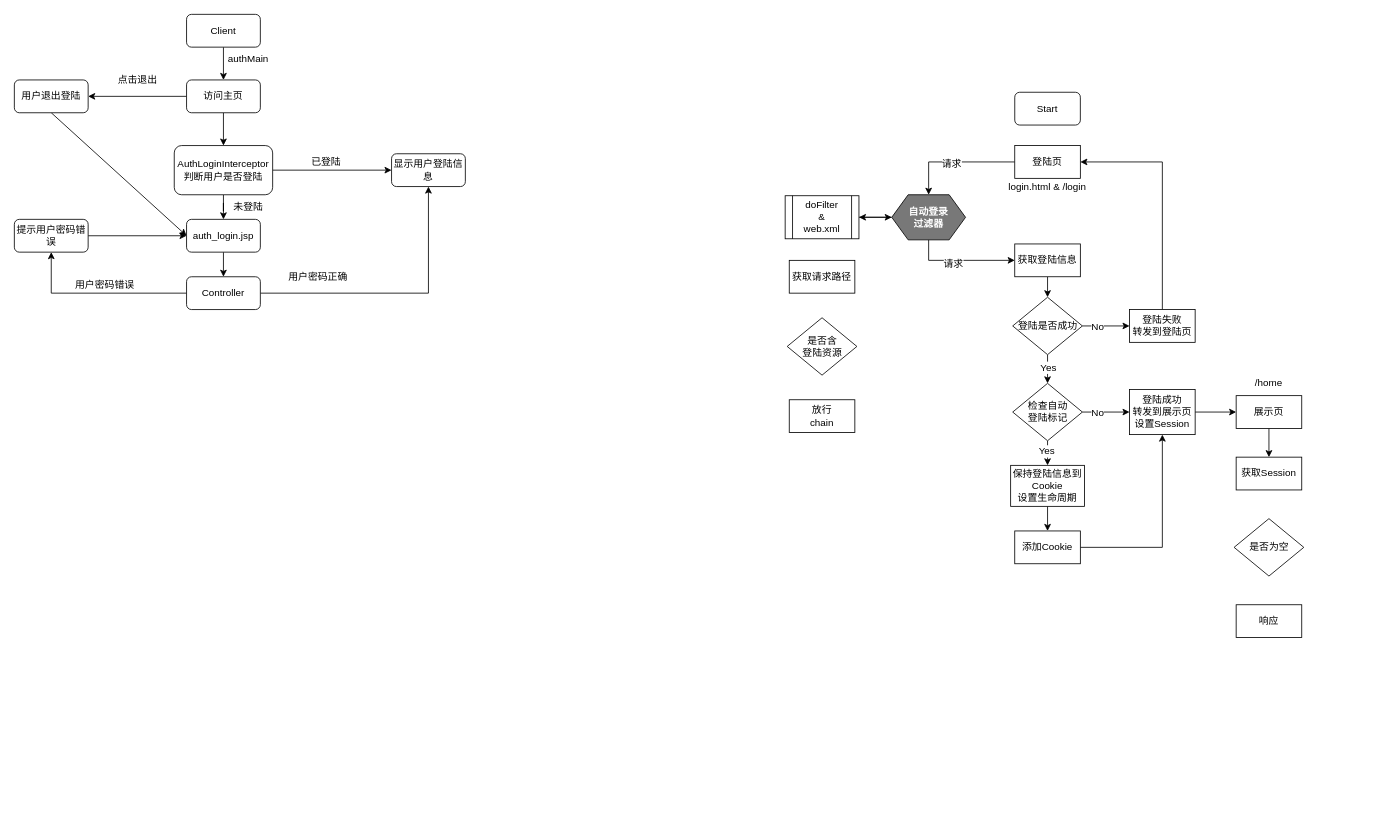
This is share/Spring MVC拦截器案例：用户登录权限验证.drawio from mythwind/BigData, a draw.io file, before an edit. Source tidied: cells renumbered, new cells numbered last; positions are measured from the earlier drawing's top-left corner, leaving out a move shared by most shapes. Both pictures are drawn from the tidied source at 82%, with x=0, y=0 at pixel (14, 14).
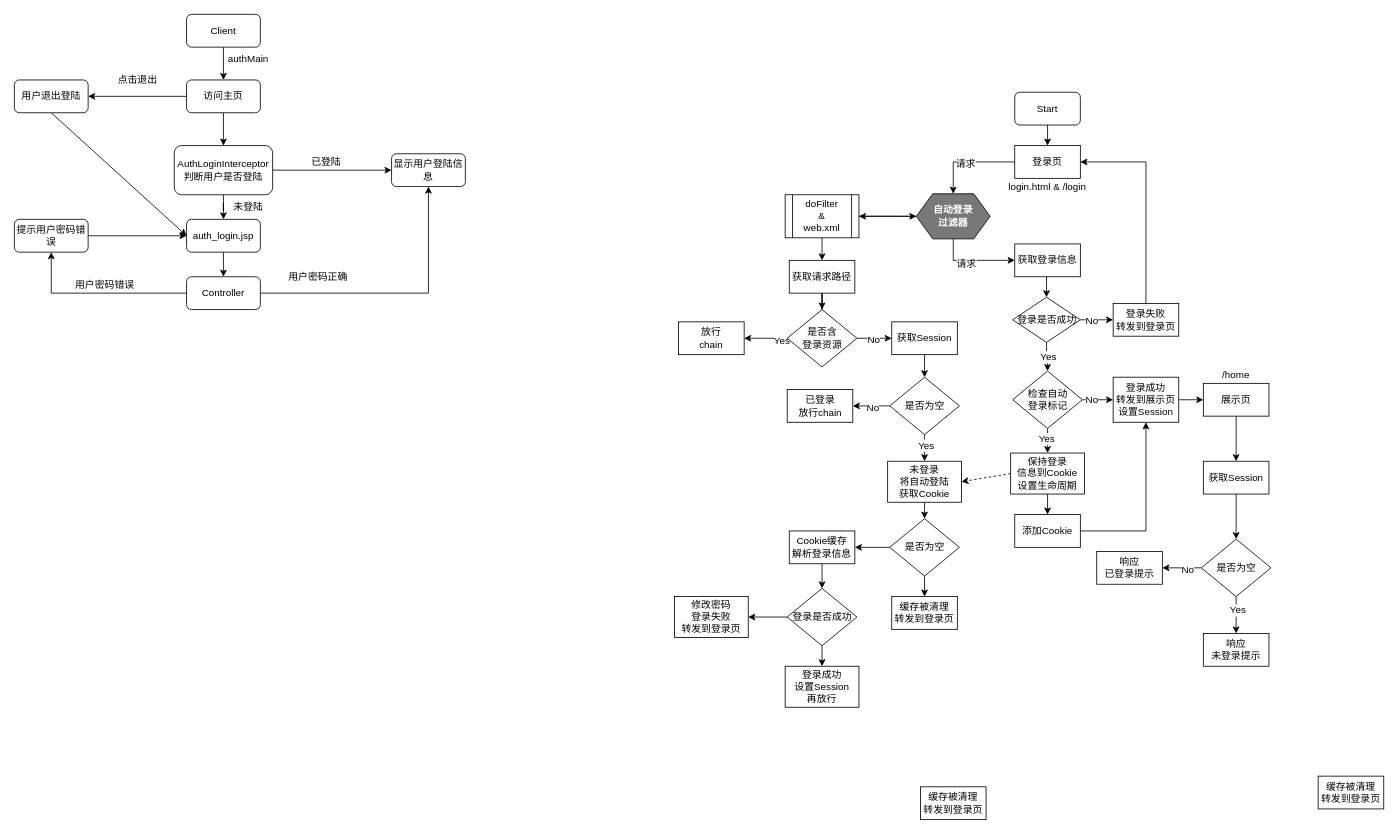
Above is the later version.

Commit message:
更新Spring MVC拦截器案例：用户登录权限验证.drawio

The change refers to these unchanged cells:
```xml
<mxCell id="26" value="Start" style="rounded=1;whiteSpace=wrap;html=1;strokeColor=default;fontFamily=Helvetica;fontSize=12;fontColor=default;startSize=30;fillColor=default;" parent="1" vertex="1">
  <mxGeometry x="1220" y="95" width="80" height="40" as="geometry" />
</mxCell>
<mxCell id="39" value="获取请求路径" style="rounded=0;whiteSpace=wrap;html=1;strokeColor=default;fontFamily=Helvetica;fontSize=12;fontColor=default;startSize=30;fillColor=default;" parent="1" vertex="1">
  <mxGeometry x="945" y="300" width="80" height="40" as="geometry" />
</mxCell>
```

Change to the diagram source:
```diff
@@
-<mxGraphModel>
+<mxGraphModel background="#ffffff">
@@
+    <mxCell id="66" style="edgeStyle=orthogonalEdgeStyle;rounded=0;jettySize=auto;html=1;exitX=0.5;exitY=1;exitDx=0;exitDy=0;entryX=0.5;entryY=0;entryDx=0;entryDy=0;fontFamily=Helvetica;fontSize=12;fontColor=default;startSize=30;" parent="1" edge="1" source="26" target="29">
+      <mxGeometry relative="1" as="geometry" />
+    </mxCell>
@@
-    <mxCell id="29" value="登陆页" style="rounded=0;whiteSpace=wrap;html=1;strokeColor=default;fontFamily=Helvetica;fontSize=12;fontColor=default;startSize=30;fillColor=default;" parent="1" vertex="1">
+    <mxCell id="29" value="登录页" style="rounded=0;whiteSpace=wrap;html=1;strokeColor=default;fontFamily=Helvetica;fontSize=12;fontColor=default;startSize=30;fillColor=default;" parent="1" vertex="1">
       <mxGeometry x="1220" y="160" width="80" height="40" as="geometry" />
     </mxCell>
@@
     <mxCell id="34" value="&lt;b&gt;&lt;font color=&quot;#ffffff&quot;&gt;自动登录&lt;br&gt;过滤器&lt;/font&gt;&lt;/b&gt;" style="shape=hexagon;perimeter=hexagonPerimeter2;whiteSpace=wrap;html=1;fixedSize=1;strokeColor=default;fontFamily=Helvetica;fontSize=12;fontColor=default;startSize=30;fillColor=#787878;" parent="1" vertex="1">
-      <mxGeometry x="1070" y="220" width="90" height="55" as="geometry" />
+      <mxGeometry x="1100" y="218.8" width="90" height="55" as="geometry" />
     </mxCell>
@@
-    <mxCell id="36" value="获取登陆信息" style="rounded=0;whiteSpace=wrap;html=1;strokeColor=default;fontFamily=Helvetica;fontSize=12;fontColor=default;startSize=30;fillColor=default;" parent="1" vertex="1">
+    <mxCell id="36" value="获取登录信息" style="rounded=0;whiteSpace=wrap;html=1;strokeColor=default;fontFamily=Helvetica;fontSize=12;fontColor=default;startSize=30;fillColor=default;" parent="1" vertex="1">
       <mxGeometry x="1220" y="280" width="80" height="40" as="geometry" />
     </mxCell>
@@
+    <mxCell id="67" style="edgeStyle=orthogonalEdgeStyle;rounded=0;jettySize=auto;html=1;exitX=0.5;exitY=1;exitDx=0;exitDy=0;entryX=0.5;entryY=0;entryDx=0;entryDy=0;fontFamily=Helvetica;fontSize=12;fontColor=default;startSize=30;" parent="1" edge="1" source="38" target="39">
+      <mxGeometry relative="1" as="geometry" />
+    </mxCell>
     <mxCell id="38" value="doFilter&lt;br&gt;&amp;amp;&lt;br&gt;web.xml" style="shape=process;whiteSpace=wrap;html=1;backgroundOutline=1;strokeColor=default;fontFamily=Helvetica;fontSize=12;fontColor=default;startSize=30;fillColor=default;" parent="1" vertex="1">
-      <mxGeometry x="940" y="221.2" width="90" height="52.5" as="geometry" />
+      <mxGeometry x="940" y="220" width="90" height="52.5" as="geometry" />
     </mxCell>
+    <mxCell id="68" style="edgeStyle=orthogonalEdgeStyle;rounded=0;jettySize=auto;html=1;exitX=0.5;exitY=1;exitDx=0;exitDy=0;fontFamily=Helvetica;fontSize=12;fontColor=default;startSize=30;" parent="1" edge="1" source="39" target="40">
+      <mxGeometry relative="1" as="geometry" />
+    </mxCell>
@@
+    <mxCell id="69" style="edgeStyle=orthogonalEdgeStyle;rounded=0;jettySize=auto;html=1;exitX=0;exitY=0.5;exitDx=0;exitDy=0;fontFamily=Helvetica;fontSize=12;fontColor=default;startSize=30;" parent="1" edge="1" source="40" target="41">
+      <mxGeometry relative="1" as="geometry" />
+    </mxCell>
+    <mxCell id="70" value="Yes" style="edgeLabel;html=1;align=center;verticalAlign=middle;fontSize=12;fontFamily=Helvetica;fontColor=default;" parent="69" vertex="1">
+      <mxGeometry x="-0.74" relative="1" as="geometry">
+        <mxPoint y="3" as="offset" />
+      </mxGeometry>
+    </mxCell>
+    <mxCell id="71" style="edgeStyle=orthogonalEdgeStyle;rounded=0;jettySize=auto;html=1;exitX=1;exitY=0.5;exitDx=0;exitDy=0;entryX=0;entryY=0.5;entryDx=0;entryDy=0;fontFamily=Helvetica;fontSize=12;fontColor=default;startSize=30;" parent="1" edge="1" source="40" target="81">
+      <mxGeometry relative="1" as="geometry" />
+    </mxCell>
+    <mxCell id="72" value="No" style="edgeLabel;html=1;align=center;verticalAlign=middle;fontSize=12;fontFamily=Helvetica;fontColor=default;" parent="71" vertex="1">
+      <mxGeometry x="-0.04" y="-1" relative="1" as="geometry" />
+    </mxCell>
-    <mxCell id="40" value="是否含&lt;br&gt;登陆资源" style="rhombus;whiteSpace=wrap;html=1;strokeColor=default;fontFamily=Helvetica;fontSize=12;fontColor=default;startSize=30;fillColor=default;" parent="1" vertex="1">
-      <mxGeometry x="942.5" y="370" width="85" height="70" as="geometry" />
+    <mxCell id="40" value="是否含&lt;br&gt;登录资源" style="rhombus;whiteSpace=wrap;html=1;strokeColor=default;fontFamily=Helvetica;fontSize=12;fontColor=default;startSize=30;fillColor=default;" parent="1" vertex="1">
+      <mxGeometry x="942.5" y="360" width="85" height="70" as="geometry" />
     </mxCell>
     <mxCell id="41" value="放行&lt;br&gt;chain" style="rounded=0;whiteSpace=wrap;html=1;strokeColor=default;fontFamily=Helvetica;fontSize=12;fontColor=default;startSize=30;fillColor=default;" parent="1" vertex="1">
-      <mxGeometry x="945" y="470" width="80" height="40" as="geometry" />
+      <mxGeometry x="810" y="375" width="80" height="40" as="geometry" />
     </mxCell>
@@
-    <mxCell id="46" value="登陆是否成功" style="rhombus;whiteSpace=wrap;html=1;strokeColor=default;fontFamily=Helvetica;fontSize=12;fontColor=default;startSize=30;fillColor=default;" parent="1" vertex="1">
-      <mxGeometry x="1217.5" y="345" width="85" height="70" as="geometry" />
+    <mxCell id="46" value="登录是否成功" style="rhombus;whiteSpace=wrap;html=1;strokeColor=default;fontFamily=Helvetica;fontSize=12;fontColor=default;startSize=30;fillColor=default;" parent="1" vertex="1">
+      <mxGeometry x="1217.5" y="345" width="82.5" height="55" as="geometry" />
     </mxCell>
@@
-    <mxCell id="51" value="检查自动&lt;br&gt;登陆标记" style="rhombus;whiteSpace=wrap;html=1;strokeColor=default;fontFamily=Helvetica;fontSize=12;fontColor=default;startSize=30;fillColor=default;" parent="1" vertex="1">
-      <mxGeometry x="1217.5" y="450" width="85" height="70" as="geometry" />
+    <mxCell id="51" value="检查自动&lt;br&gt;登录标记" style="rhombus;whiteSpace=wrap;html=1;strokeColor=default;fontFamily=Helvetica;fontSize=12;fontColor=default;startSize=30;fillColor=default;" parent="1" vertex="1">
+      <mxGeometry x="1217.5" y="435" width="85" height="70" as="geometry" />
     </mxCell>
@@
+    <mxCell id="73" style="rounded=0;jettySize=auto;html=1;exitX=0;exitY=0.5;exitDx=0;exitDy=0;entryX=1;entryY=0.5;entryDx=0;entryDy=0;fontFamily=Helvetica;fontSize=12;fontColor=default;startSize=30;dashed=1;" parent="1" edge="1" source="53" target="89">
+      <mxGeometry relative="1" as="geometry" />
+    </mxCell>
-    <mxCell id="53" value="保持登陆信息到Cookie&lt;br&gt;设置生命周期" style="rounded=0;whiteSpace=wrap;html=1;strokeColor=default;fontFamily=Helvetica;fontSize=12;fontColor=default;startSize=30;fillColor=default;" parent="1" vertex="1">
-      <mxGeometry x="1215" y="550" width="90" height="50" as="geometry" />
+    <mxCell id="53" value="保持登录&lt;br&gt;信息到Cookie&lt;br&gt;设置生命周期" style="rounded=0;whiteSpace=wrap;html=1;strokeColor=default;fontFamily=Helvetica;fontSize=12;fontColor=default;startSize=30;fillColor=default;" parent="1" vertex="1">
+      <mxGeometry x="1215" y="535" width="90" height="50" as="geometry" />
     </mxCell>
@@
     <mxCell id="55" value="添加Cookie" style="rounded=0;whiteSpace=wrap;html=1;strokeColor=default;fontFamily=Helvetica;fontSize=12;fontColor=default;startSize=30;fillColor=default;" parent="1" vertex="1">
-      <mxGeometry x="1220" y="630" width="80" height="40" as="geometry" />
+      <mxGeometry x="1220" y="610" width="80" height="40" as="geometry" />
     </mxCell>
@@
-    <mxCell id="57" value="登陆失败&lt;br&gt;转发到登陆页" style="rounded=0;whiteSpace=wrap;html=1;strokeColor=default;fontFamily=Helvetica;fontSize=12;fontColor=default;startSize=30;fillColor=default;" parent="1" vertex="1">
-      <mxGeometry x="1360" y="360" width="80" height="40" as="geometry" />
+    <mxCell id="57" value="登录失败&lt;br&gt;转发到登录页" style="rounded=0;whiteSpace=wrap;html=1;strokeColor=default;fontFamily=Helvetica;fontSize=12;fontColor=default;startSize=30;fillColor=default;" parent="1" vertex="1">
+      <mxGeometry x="1340" y="352.5" width="80" height="40" as="geometry" />
     </mxCell>
@@
-    <mxCell id="59" value="登陆成功&lt;br&gt;转发到展示页&lt;br&gt;设置Session" style="rounded=0;whiteSpace=wrap;html=1;strokeColor=default;fontFamily=Helvetica;fontSize=12;fontColor=default;startSize=30;fillColor=default;" parent="1" vertex="1">
-      <mxGeometry x="1360" y="457.5" width="80" height="55" as="geometry" />
+    <mxCell id="59" value="登录成功&lt;br&gt;转发到展示页&lt;br&gt;设置Session" style="rounded=0;whiteSpace=wrap;html=1;strokeColor=default;fontFamily=Helvetica;fontSize=12;fontColor=default;startSize=30;fillColor=default;" parent="1" vertex="1">
+      <mxGeometry x="1340" y="442.5" width="80" height="55" as="geometry" />
     </mxCell>
@@
     <mxCell id="61" value="展示页" style="rounded=0;whiteSpace=wrap;html=1;strokeColor=default;fontFamily=Helvetica;fontSize=12;fontColor=default;startSize=30;fillColor=default;" parent="1" vertex="1">
-      <mxGeometry x="1490" y="465" width="80" height="40" as="geometry" />
+      <mxGeometry x="1450" y="450" width="80" height="40" as="geometry" />
     </mxCell>
     <mxCell id="62" value="/home" style="text;html=1;strokeColor=none;fillColor=none;align=center;verticalAlign=middle;whiteSpace=wrap;rounded=0;fontSize=12;fontFamily=Helvetica;fontColor=default;" parent="1" vertex="1">
-      <mxGeometry x="1480" y="440" width="100" height="20" as="geometry" />
+      <mxGeometry x="1440" y="430" width="100" height="20" as="geometry" />
     </mxCell>
+    <mxCell id="74" style="edgeStyle=orthogonalEdgeStyle;rounded=0;jettySize=auto;html=1;exitX=0.5;exitY=1;exitDx=0;exitDy=0;entryX=0.5;entryY=0;entryDx=0;entryDy=0;fontFamily=Helvetica;fontSize=12;fontColor=default;startSize=30;" parent="1" edge="1" source="63" target="64">
+      <mxGeometry relative="1" as="geometry" />
+    </mxCell>
     <mxCell id="63" value="获取Session" style="rounded=0;whiteSpace=wrap;html=1;strokeColor=default;fontFamily=Helvetica;fontSize=12;fontColor=default;startSize=30;fillColor=default;" parent="1" vertex="1">
-      <mxGeometry x="1490" y="540" width="80" height="40" as="geometry" />
+      <mxGeometry x="1450" y="545" width="80" height="40" as="geometry" />
     </mxCell>
+    <mxCell id="75" style="edgeStyle=orthogonalEdgeStyle;rounded=0;jettySize=auto;html=1;exitX=0.5;exitY=1;exitDx=0;exitDy=0;entryX=0.5;entryY=0;entryDx=0;entryDy=0;fontFamily=Helvetica;fontSize=12;fontColor=default;startSize=30;" parent="1" edge="1" source="64" target="65">
+      <mxGeometry relative="1" as="geometry" />
+    </mxCell>
+    <mxCell id="76" value="Yes" style="edgeLabel;html=1;align=center;verticalAlign=middle;fontSize=12;fontFamily=Helvetica;fontColor=default;" parent="75" vertex="1">
+      <mxGeometry x="-0.29" y="1" relative="1" as="geometry" />
+    </mxCell>
+    <mxCell id="77" style="edgeStyle=orthogonalEdgeStyle;rounded=0;jettySize=auto;html=1;exitX=0;exitY=0.5;exitDx=0;exitDy=0;fontFamily=Helvetica;fontSize=12;fontColor=default;startSize=30;" parent="1" edge="1" source="64" target="79">
+      <mxGeometry relative="1" as="geometry" />
+    </mxCell>
+    <mxCell id="78" value="No" style="edgeLabel;html=1;align=center;verticalAlign=middle;fontSize=12;fontFamily=Helvetica;fontColor=default;" parent="77" vertex="1">
+      <mxGeometry x="-0.26" y="1" relative="1" as="geometry">
+        <mxPoint x="1" y="1" as="offset" />
+      </mxGeometry>
+    </mxCell>
     <mxCell id="64" value="是否为空" style="rhombus;whiteSpace=wrap;html=1;strokeColor=default;fontFamily=Helvetica;fontSize=12;fontColor=default;startSize=30;fillColor=default;" parent="1" vertex="1">
-      <mxGeometry x="1487.5" y="615" width="85" height="70" as="geometry" />
+      <mxGeometry x="1447.5" y="640" width="85" height="70" as="geometry" />
     </mxCell>
-    <mxCell id="65" value="响应" style="rounded=0;whiteSpace=wrap;html=1;strokeColor=default;fontFamily=Helvetica;fontSize=12;fontColor=default;startSize=30;fillColor=default;" parent="1" vertex="1">
-      <mxGeometry x="1490" y="720" width="80" height="40" as="geometry" />
+    <mxCell id="65" value="响应&lt;br&gt;未登录提示" style="rounded=0;whiteSpace=wrap;html=1;strokeColor=default;fontFamily=Helvetica;fontSize=12;fontColor=default;startSize=30;fillColor=default;" parent="1" vertex="1">
+      <mxGeometry x="1450" y="755" width="80" height="40" as="geometry" />
     </mxCell>
+    <mxCell id="79" value="响应&lt;br&gt;已登录提示" style="rounded=0;whiteSpace=wrap;html=1;strokeColor=default;fontFamily=Helvetica;fontSize=12;fontColor=default;startSize=30;fillColor=default;" parent="1" vertex="1">
+      <mxGeometry x="1320" y="655" width="80" height="40" as="geometry" />
+    </mxCell>
+    <mxCell id="80" style="edgeStyle=orthogonalEdgeStyle;rounded=0;jettySize=auto;html=1;exitX=0.5;exitY=1;exitDx=0;exitDy=0;entryX=0.5;entryY=0;entryDx=0;entryDy=0;fontFamily=Helvetica;fontSize=12;fontColor=default;startSize=30;" parent="1" edge="1" source="81" target="86">
+      <mxGeometry relative="1" as="geometry" />
+    </mxCell>
+    <mxCell id="81" value="获取Session" style="rounded=0;whiteSpace=wrap;html=1;strokeColor=default;fontFamily=Helvetica;fontSize=12;fontColor=default;startSize=30;fillColor=default;" parent="1" vertex="1">
+      <mxGeometry x="1070" y="375" width="80" height="40" as="geometry" />
+    </mxCell>
+    <mxCell id="82" style="edgeStyle=orthogonalEdgeStyle;rounded=0;jettySize=auto;html=1;exitX=0;exitY=0.5;exitDx=0;exitDy=0;entryX=1;entryY=0.5;entryDx=0;entryDy=0;fontFamily=Helvetica;fontSize=12;fontColor=default;startSize=30;" parent="1" edge="1" source="86" target="87">
+      <mxGeometry relative="1" as="geometry" />
+    </mxCell>
+    <mxCell id="83" value="No" style="edgeLabel;html=1;align=center;verticalAlign=middle;fontSize=12;fontFamily=Helvetica;fontColor=default;" parent="82" vertex="1">
+      <mxGeometry x="-0.01" y="2" relative="1" as="geometry">
+        <mxPoint x="1" as="offset" />
+      </mxGeometry>
+    </mxCell>
+    <mxCell id="84" style="edgeStyle=orthogonalEdgeStyle;rounded=0;jettySize=auto;html=1;exitX=0.5;exitY=1;exitDx=0;exitDy=0;fontFamily=Helvetica;fontSize=12;fontColor=default;startSize=30;" parent="1" edge="1" source="86" target="89">
+      <mxGeometry relative="1" as="geometry" />
+    </mxCell>
+    <mxCell id="85" value="Yes" style="edgeLabel;html=1;align=center;verticalAlign=middle;fontSize=12;fontFamily=Helvetica;fontColor=default;" parent="84" vertex="1">
+      <mxGeometry x="-0.44" y="1" relative="1" as="geometry" />
+    </mxCell>
+    <mxCell id="86" value="是否为空" style="rhombus;whiteSpace=wrap;html=1;strokeColor=default;fontFamily=Helvetica;fontSize=12;fontColor=default;startSize=30;fillColor=default;" parent="1" vertex="1">
+      <mxGeometry x="1067.5" y="442.5" width="85" height="70" as="geometry" />
+    </mxCell>
+    <mxCell id="87" value="已登录&lt;br&gt;放行chain" style="rounded=0;whiteSpace=wrap;html=1;strokeColor=default;fontFamily=Helvetica;fontSize=12;fontColor=default;startSize=30;fillColor=default;" parent="1" vertex="1">
+      <mxGeometry x="942.5" y="457.5" width="80" height="40" as="geometry" />
+    </mxCell>
+    <mxCell id="88" style="edgeStyle=orthogonalEdgeStyle;rounded=0;jettySize=auto;html=1;exitX=0.5;exitY=1;exitDx=0;exitDy=0;entryX=0.5;entryY=0;entryDx=0;entryDy=0;fontFamily=Helvetica;fontSize=12;fontColor=default;startSize=30;" parent="1" edge="1" source="89" target="92">
+      <mxGeometry relative="1" as="geometry" />
+    </mxCell>
+    <mxCell id="89" value="未登录&lt;br&gt;将自动登陆&lt;br&gt;获取Cookie" style="rounded=0;whiteSpace=wrap;html=1;strokeColor=default;fontFamily=Helvetica;fontSize=12;fontColor=default;startSize=30;fillColor=default;" parent="1" vertex="1">
+      <mxGeometry x="1065" y="545" width="90" height="50" as="geometry" />
+    </mxCell>
+    <mxCell id="90" style="edgeStyle=orthogonalEdgeStyle;rounded=0;jettySize=auto;html=1;exitX=0.5;exitY=1;exitDx=0;exitDy=0;entryX=0.5;entryY=0;entryDx=0;entryDy=0;fontFamily=Helvetica;fontSize=12;fontColor=default;startSize=30;" parent="1" edge="1" source="92" target="95">
+      <mxGeometry relative="1" as="geometry" />
+    </mxCell>
+    <mxCell id="91" style="edgeStyle=orthogonalEdgeStyle;rounded=0;jettySize=auto;html=1;exitX=0;exitY=0.5;exitDx=0;exitDy=0;entryX=1;entryY=0.5;entryDx=0;entryDy=0;fontFamily=Helvetica;fontSize=12;fontColor=default;startSize=30;" parent="1" edge="1" source="92" target="94">
+      <mxGeometry relative="1" as="geometry" />
+    </mxCell>
+    <mxCell id="92" value="是否为空" style="rhombus;whiteSpace=wrap;html=1;strokeColor=default;fontFamily=Helvetica;fontSize=12;fontColor=default;startSize=30;fillColor=default;" parent="1" vertex="1">
+      <mxGeometry x="1067.5" y="615" width="85" height="70" as="geometry" />
+    </mxCell>
+    <mxCell id="93" style="edgeStyle=orthogonalEdgeStyle;rounded=0;jettySize=auto;html=1;exitX=0.5;exitY=1;exitDx=0;exitDy=0;entryX=0.5;entryY=0;entryDx=0;entryDy=0;fontFamily=Helvetica;fontSize=12;fontColor=default;startSize=30;" parent="1" edge="1" source="94" target="98">
+      <mxGeometry relative="1" as="geometry" />
+    </mxCell>
+    <mxCell id="94" value="Cookie缓存&lt;br&gt;解析登录信息" style="rounded=0;whiteSpace=wrap;html=1;strokeColor=default;fontFamily=Helvetica;fontSize=12;fontColor=default;startSize=30;fillColor=default;" parent="1" vertex="1">
+      <mxGeometry x="945" y="630" width="80" height="40" as="geometry" />
+    </mxCell>
+    <mxCell id="95" value="缓存被清理&lt;br&gt;转发到登录页" style="rounded=0;whiteSpace=wrap;html=1;strokeColor=default;fontFamily=Helvetica;fontSize=12;fontColor=default;startSize=30;fillColor=default;" parent="1" vertex="1">
+      <mxGeometry x="1070" y="710" width="80" height="40" as="geometry" />
+    </mxCell>
+    <mxCell id="96" style="edgeStyle=orthogonalEdgeStyle;rounded=0;jettySize=auto;html=1;exitX=0.5;exitY=1;exitDx=0;exitDy=0;entryX=0.5;entryY=0;entryDx=0;entryDy=0;fontFamily=Helvetica;fontSize=12;fontColor=default;startSize=30;" parent="1" edge="1" source="98" target="99">
+      <mxGeometry relative="1" as="geometry" />
+    </mxCell>
+    <mxCell id="97" style="edgeStyle=orthogonalEdgeStyle;rounded=0;jettySize=auto;html=1;exitX=0;exitY=0.5;exitDx=0;exitDy=0;fontFamily=Helvetica;fontSize=12;fontColor=default;startSize=30;entryX=1;entryY=0.5;entryDx=0;entryDy=0;" parent="1" edge="1" source="98" target="100">
+      <mxGeometry relative="1" as="geometry" />
+    </mxCell>
+    <mxCell id="98" value="登录是否成功" style="rhombus;whiteSpace=wrap;html=1;strokeColor=default;fontFamily=Helvetica;fontSize=12;fontColor=default;startSize=30;fillColor=default;" parent="1" vertex="1">
+      <mxGeometry x="942.5" y="700" width="85" height="70" as="geometry" />
+    </mxCell>
+    <mxCell id="99" value="登录成功&lt;br&gt;设置Session&lt;br&gt;再放行" style="rounded=0;whiteSpace=wrap;html=1;strokeColor=default;fontFamily=Helvetica;fontSize=12;fontColor=default;startSize=30;fillColor=default;" parent="1" vertex="1">
+      <mxGeometry x="940" y="795" width="90" height="50" as="geometry" />
+    </mxCell>
+    <mxCell id="100" value="修改密码&lt;br&gt;登录失败&lt;br&gt;转发到登录页" style="rounded=0;whiteSpace=wrap;html=1;strokeColor=default;fontFamily=Helvetica;fontSize=12;fontColor=default;startSize=30;fillColor=default;" parent="1" vertex="1">
+      <mxGeometry x="805" y="710" width="90" height="50" as="geometry" />
+    </mxCell>
+    <mxCell id="101" value="缓存被清理&lt;br&gt;转发到登录页" style="rounded=0;whiteSpace=wrap;html=1;strokeColor=default;fontFamily=Helvetica;fontSize=12;fontColor=default;startSize=30;fillColor=default;" parent="1" vertex="1">
+      <mxGeometry x="1105" y="942" width="80" height="40" as="geometry" />
+    </mxCell>
+    <mxCell id="102" value="缓存被清理&lt;br&gt;转发到登录页" style="rounded=0;whiteSpace=wrap;html=1;strokeColor=default;fontFamily=Helvetica;fontSize=12;fontColor=default;startSize=30;fillColor=default;" parent="1" vertex="1">
+      <mxGeometry x="1590" y="929" width="80" height="40" as="geometry" />
+    </mxCell>
```
